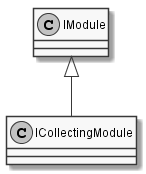
This is documents/sd/resources/Classes/Common/Shared/Modules/ICollectingModule.png from insightmind/MORR, a PlantUML export, as it was before one commit.
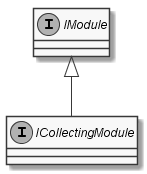
The same file after the commit.

Diff of the diagram source:
```diff
@@ -2,5 +2,8 @@
 skinparam monochrome true
 skinparam classAttributeIconSize 0
 
+interface IModule
+interface ICollectingModule
+
 IModule <|-- ICollectingModule
 @enduml
```
